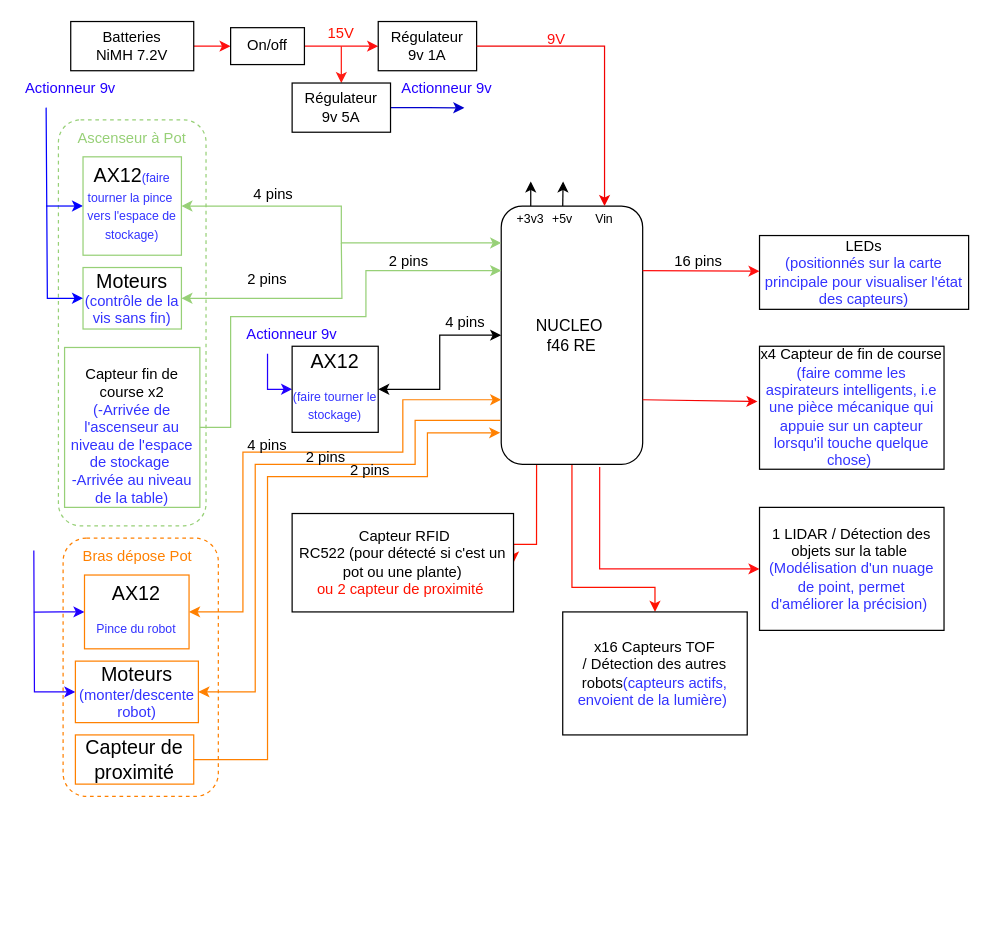
Above: page "Actionneur" (2 of 4) of Journal/draw.io/Diagramme_Ares.drawio in AresEnsea/2324_Projet2A_AresCFR (draw.io), before the change. Source tidied: cells renumbered, new cells numbered last; positions are measured from the earlier drawing's top-left corner, leaving out a move shared by most shapes. Both pictures are drawn from the tidied source at 123%, with x=0, y=0 at pixel (21, 21).
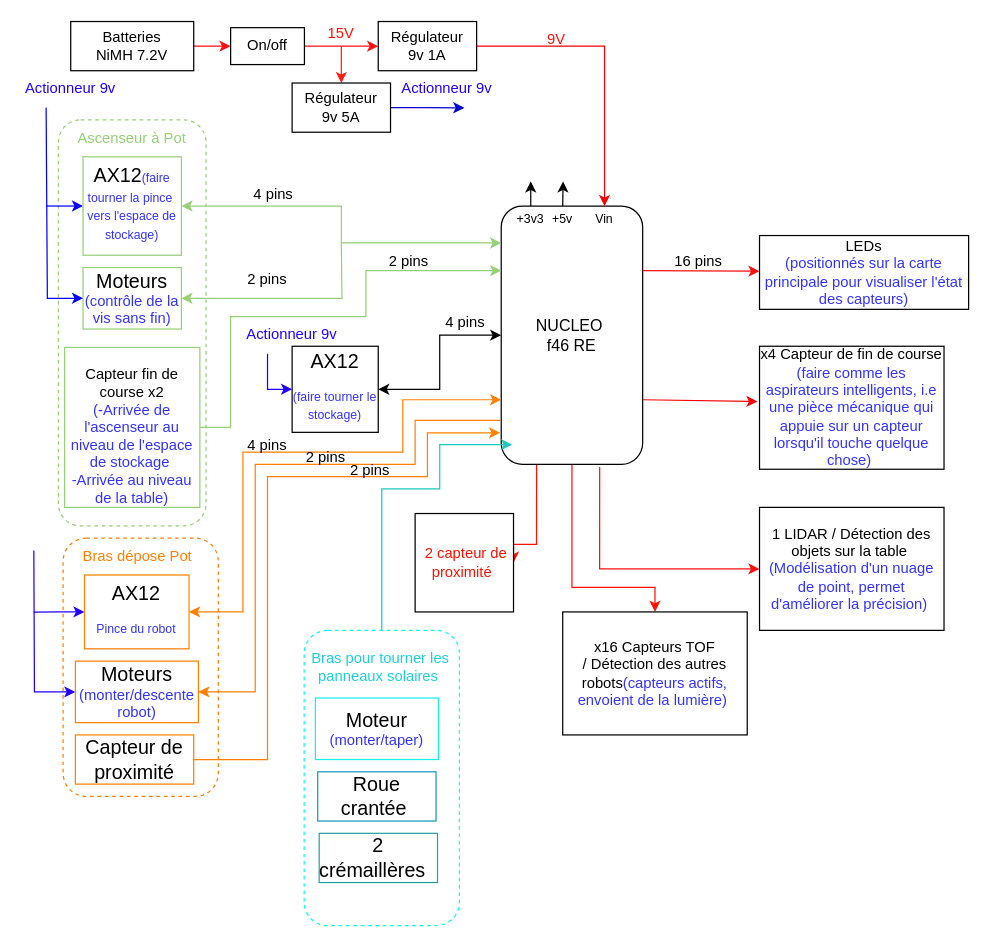
Above is the later version.

Diff of the diagram source:
```diff
@@
-    <mxCell id="60" value="&amp;nbsp;Capteur RFID&lt;br&gt;RC522 (pour détecté si c'est un pot ou une plante)&lt;br&gt;&lt;font color=&quot;#ff1100&quot;&gt;ou 2 capteur de proximité&amp;nbsp;&lt;/font&gt;" style="rounded=0;whiteSpace=wrap;html=1;align=center;" parent="1" vertex="1">
-      <mxGeometry x="220" y="400" width="180" height="80" as="geometry" />
+    <mxCell id="60" value="&lt;font color=&quot;#ff1100&quot;&gt;&amp;nbsp;2 capteur de proximité&amp;nbsp;&lt;/font&gt;" style="rounded=0;whiteSpace=wrap;html=1;align=center;" parent="1" vertex="1">
+      <mxGeometry x="320" y="400" width="80" height="80" as="geometry" />
     </mxCell>
@@
+    <mxCell id="64" style="rounded=1;whiteSpace=wrap;html=1;fillColor=none;dashed=1;strokeColor=#00fffb;" parent="1" vertex="1">
+      <mxGeometry x="229.8" y="495" width="126.2" height="240" as="geometry" />
+    </mxCell>
+    <mxCell id="65" value="&lt;font style=&quot;&quot;&gt;&lt;span style=&quot;font-size: 16px;&quot;&gt;Moteur&lt;/span&gt;&lt;br&gt;&lt;font color=&quot;#3333ff&quot; style=&quot;font-size: 12px;&quot;&gt;(monter/taper)&lt;/font&gt;&lt;br&gt;&lt;/font&gt;" style="rounded=0;whiteSpace=wrap;html=1;strokeColor=#19edf0;" parent="1" vertex="1">
+      <mxGeometry x="238.9" y="550" width="100" height="50" as="geometry" />
+    </mxCell>
+    <mxCell id="66" value="&lt;font color=&quot;#1bd1de&quot;&gt;Bras pour tourner les panneaux solaires&amp;nbsp;&lt;/font&gt;" style="text;html=1;strokeColor=none;fillColor=none;align=center;verticalAlign=middle;whiteSpace=wrap;rounded=0;" parent="1" vertex="1">
+      <mxGeometry x="232.9" y="505" width="118.1" height="40" as="geometry" />
+    </mxCell>
+    <mxCell id="67" value="&lt;font style=&quot;&quot;&gt;&lt;span style=&quot;font-size: 16px;&quot;&gt;Roue crantée&amp;nbsp;&lt;/span&gt;&lt;br&gt;&lt;/font&gt;" style="rounded=0;whiteSpace=wrap;html=1;strokeColor=#1199bb;" parent="1" vertex="1">
+      <mxGeometry x="240.8" y="610" width="96.2" height="40" as="geometry" />
+    </mxCell>
+    <mxCell id="68" value="&lt;font style=&quot;&quot;&gt;&lt;span style=&quot;font-size: 16px;&quot;&gt;2 crémaillères&amp;nbsp;&amp;nbsp;&lt;/span&gt;&lt;br&gt;&lt;/font&gt;" style="rounded=0;whiteSpace=wrap;html=1;strokeColor=#23a2a4;" parent="1" vertex="1">
+      <mxGeometry x="242" y="660" width="96.2" height="40" as="geometry" />
+    </mxCell>
+    <mxCell id="69" style="edgeStyle=orthogonalEdgeStyle;rounded=0;jettySize=auto;html=1;entryX=-0.007;entryY=0.878;entryDx=0;entryDy=0;entryPerimeter=0;strokeColor=#1dc9bd;exitX=0.5;exitY=0;exitDx=0;exitDy=0;" parent="1" edge="1" source="64">
+      <mxGeometry relative="1" as="geometry">
+        <mxPoint x="399" y="344" as="targetPoint" />
+        <Array as="points">
+          <mxPoint x="293" y="380" />
+          <mxPoint x="340" y="380" />
+          <mxPoint x="340" y="344" />
+        </Array>
+      </mxGeometry>
+    </mxCell>
```
